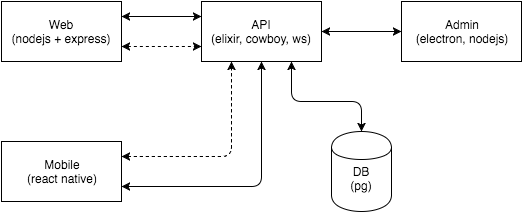
The draw.io diagram imgs/overall_architecture.png in alterego-labs/remark_docker_orchestra, before a commit. Source tidied: cells renumbered, new cells last; positions are measured from the earlier drawing's top-left corner, leaving out a move shared by most shapes.
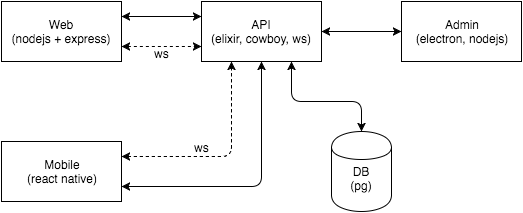
The same diagram one commit later.

Commit message:
Fix overall architecture

What changed in the source:
```diff
@@ -58,5 +58,15 @@
         <mxPoint x="-23" y="-12" as="offset" />
       </mxGeometry>
     </mxCell>
+    <mxCell id="15" value="ws" style="text;html=1;align=center;verticalAlign=middle;labelBackgroundColor=#ffffff;" parent="1" vertex="1">
+      <mxGeometry x="160" y="51" as="geometry">
+        <mxPoint y="4" as="offset" />
+      </mxGeometry>
+    </mxCell>
+    <mxCell id="16" value="ws" style="text;html=1;align=center;verticalAlign=middle;labelBackgroundColor=#ffffff;" parent="1" vertex="1">
+      <mxGeometry x="200" y="145" as="geometry">
+        <mxPoint x="-23" y="-12" as="offset" />
+      </mxGeometry>
+    </mxCell>
   </root>
 </mxGraphModel>
```
